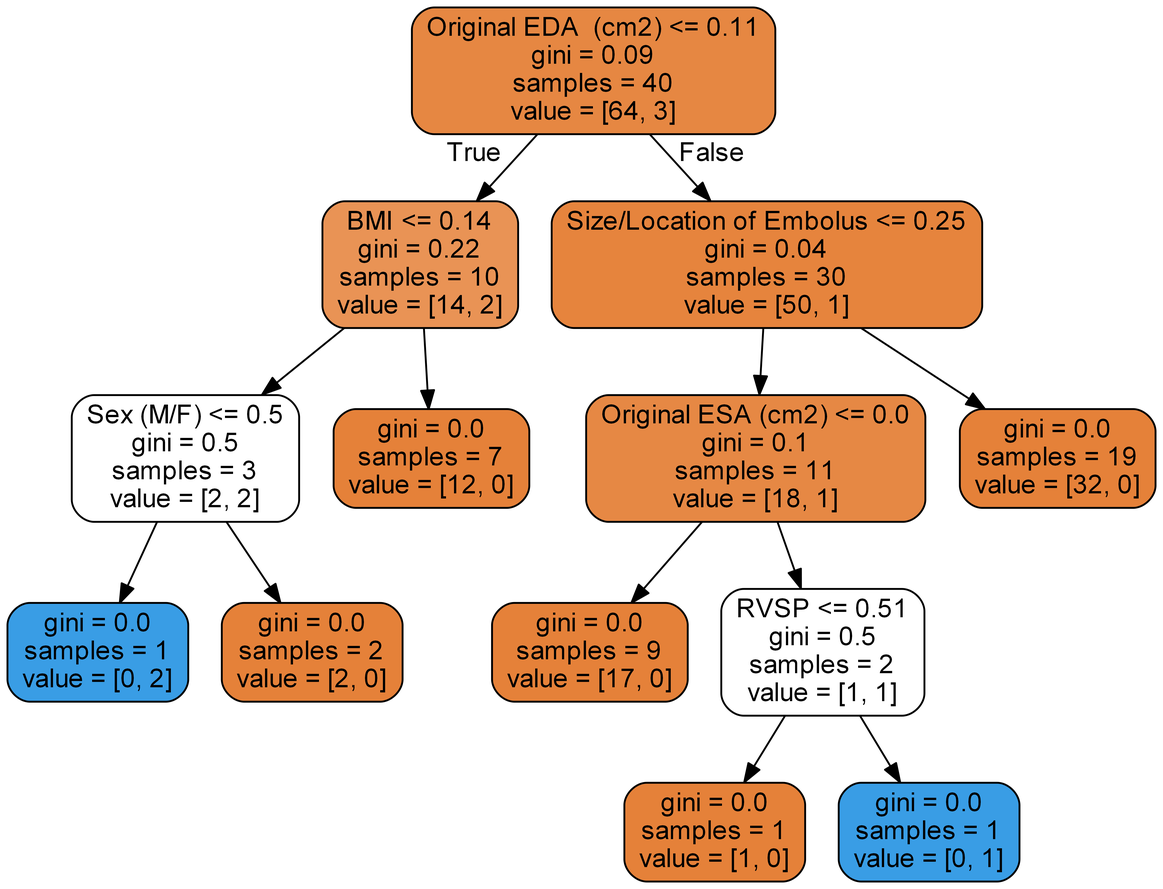
Before: tree.png, a diagram exported from Graphviz (nitro41992/cs634-final-project). Its source is kept beside it as tree.dot.
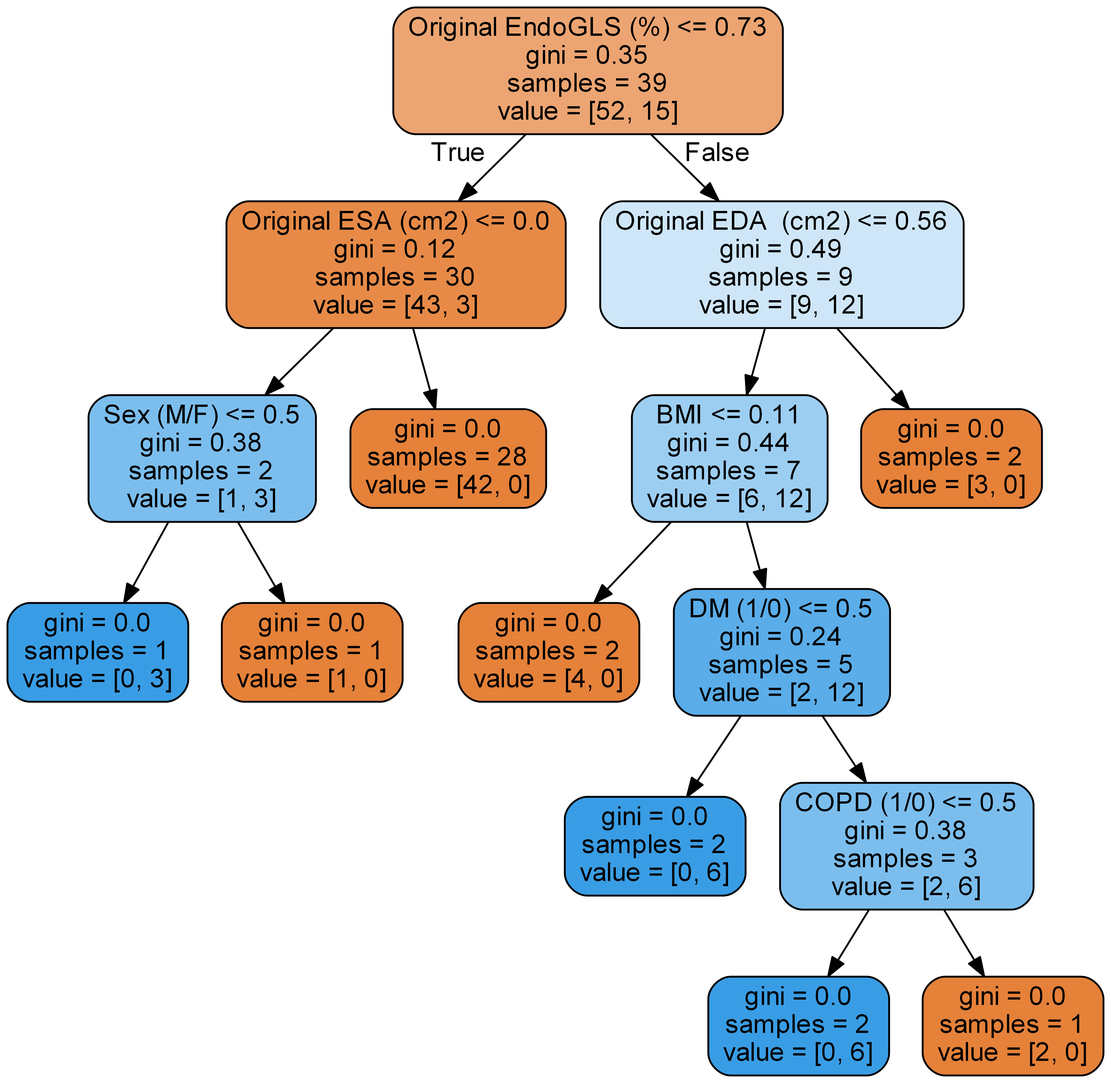
Above is the later version.

Diff of the diagram source:
```diff
@@ -1,29 +1,33 @@
 digraph Tree {
 node [shape=box, style="filled, rounded", color="black", fontname=helvetica] ;
 edge [fontname=helvetica] ;
-0 [label="Original EDA  (cm2) <= 0.11\ngini = 0.09\nsamples = 40\nvalue = [64, 3]", fillcolor="#e68742"] ;
-1 [label="BMI <= 0.14\ngini = 0.22\nsamples = 10\nvalue = [14, 2]", fillcolor="#e99355"] ;
+0 [label="Original EndoGLS (%) <= 0.73\ngini = 0.35\nsamples = 39\nvalue = [52, 15]", fillcolor="#eca572"] ;
+1 [label="Original ESA (cm2) <= 0.0\ngini = 0.12\nsamples = 30\nvalue = [43, 3]", fillcolor="#e78a47"] ;
 0 -> 1 [labeldistance=2.5, labelangle=45, headlabel="True"] ;
-2 [label="Sex (M/F) <= 0.5\ngini = 0.5\nsamples = 3\nvalue = [2, 2]", fillcolor="#ffffff"] ;
+2 [label="Sex (M/F) <= 0.5\ngini = 0.38\nsamples = 2\nvalue = [1, 3]", fillcolor="#7bbeee"] ;
 1 -> 2 ;
-3 [label="gini = 0.0\nsamples = 1\nvalue = [0, 2]", fillcolor="#399de5"] ;
+3 [label="gini = 0.0\nsamples = 1\nvalue = [0, 3]", fillcolor="#399de5"] ;
 2 -> 3 ;
-4 [label="gini = 0.0\nsamples = 2\nvalue = [2, 0]", fillcolor="#e58139"] ;
+4 [label="gini = 0.0\nsamples = 1\nvalue = [1, 0]", fillcolor="#e58139"] ;
 2 -> 4 ;
-5 [label="gini = 0.0\nsamples = 7\nvalue = [12, 0]", fillcolor="#e58139"] ;
+5 [label="gini = 0.0\nsamples = 28\nvalue = [42, 0]", fillcolor="#e58139"] ;
 1 -> 5 ;
-6 [label="Size/Location of Embolus <= 0.25\ngini = 0.04\nsamples = 30\nvalue = [50, 1]", fillcolor="#e6843d"] ;
+6 [label="Original EDA  (cm2) <= 0.56\ngini = 0.49\nsamples = 9\nvalue = [9, 12]", fillcolor="#cee6f8"] ;
 0 -> 6 [labeldistance=2.5, labelangle=-45, headlabel="False"] ;
-7 [label="Original ESA (cm2) <= 0.0\ngini = 0.1\nsamples = 11\nvalue = [18, 1]", fillcolor="#e68844"] ;
+7 [label="BMI <= 0.11\ngini = 0.44\nsamples = 7\nvalue = [6, 12]", fillcolor="#9ccef2"] ;
 6 -> 7 ;
-8 [label="gini = 0.0\nsamples = 9\nvalue = [17, 0]", fillcolor="#e58139"] ;
+8 [label="gini = 0.0\nsamples = 2\nvalue = [4, 0]", fillcolor="#e58139"] ;
 7 -> 8 ;
-9 [label="RVSP <= 0.51\ngini = 0.5\nsamples = 2\nvalue = [1, 1]", fillcolor="#ffffff"] ;
+9 [label="DM (1/0) <= 0.5\ngini = 0.24\nsamples = 5\nvalue = [2, 12]", fillcolor="#5aade9"] ;
 7 -> 9 ;
-10 [label="gini = 0.0\nsamples = 1\nvalue = [1, 0]", fillcolor="#e58139"] ;
+10 [label="gini = 0.0\nsamples = 2\nvalue = [0, 6]", fillcolor="#399de5"] ;
 9 -> 10 ;
-11 [label="gini = 0.0\nsamples = 1\nvalue = [0, 1]", fillcolor="#399de5"] ;
+11 [label="COPD (1/0) <= 0.5\ngini = 0.38\nsamples = 3\nvalue = [2, 6]", fillcolor="#7bbeee"] ;
 9 -> 11 ;
-12 [label="gini = 0.0\nsamples = 19\nvalue = [32, 0]", fillcolor="#e58139"] ;
-6 -> 12 ;
+12 [label="gini = 0.0\nsamples = 2\nvalue = [0, 6]", fillcolor="#399de5"] ;
+11 -> 12 ;
+13 [label="gini = 0.0\nsamples = 1\nvalue = [2, 0]", fillcolor="#e58139"] ;
+11 -> 13 ;
+14 [label="gini = 0.0\nsamples = 2\nvalue = [3, 0]", fillcolor="#e58139"] ;
+6 -> 14 ;
 }
```
